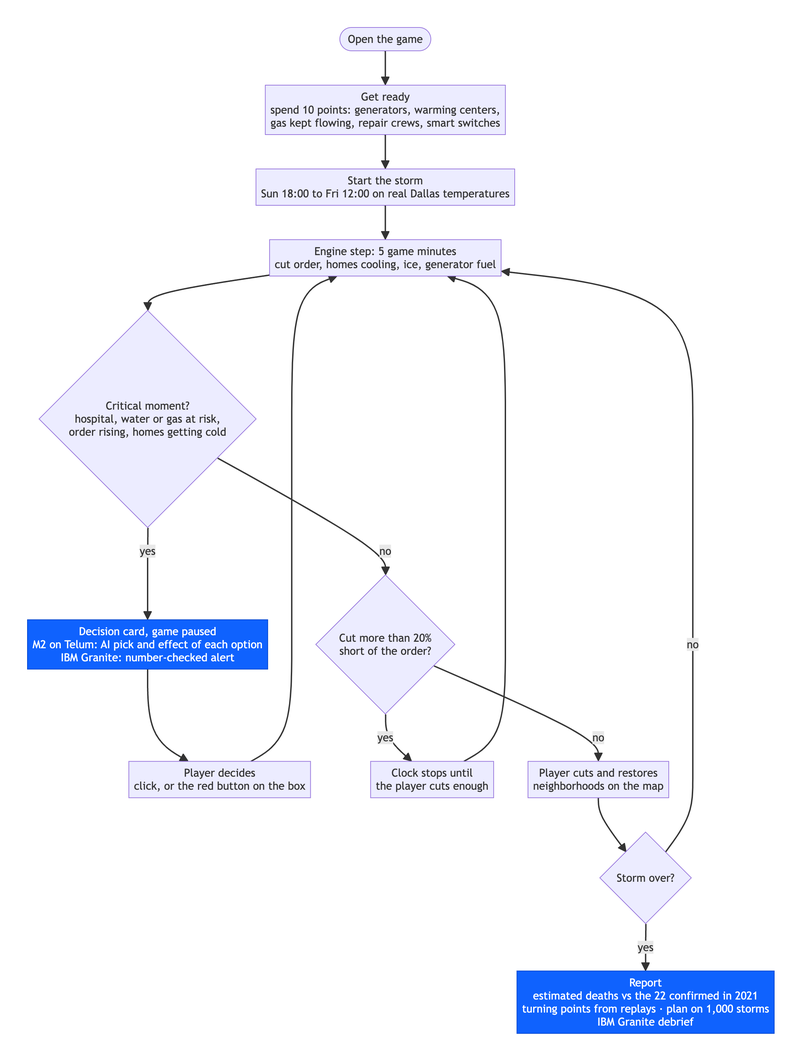
Before: docs/diagrams/solution-flow.png, a diagram exported from Mermaid (adamFabsa/Control-Room-IBM-Z). Its source is kept beside it as docs/diagrams/solution-flow.mmd. Source of this version:
```mermaid
flowchart TD
  A(["Open the game"]) --> B["Get ready<br/>spend 10 points: generators, warming centers,<br/>gas kept flowing, repair crews, smart switches"]
  B --> C["Start the storm<br/>Sun 18:00 to Fri 12:00 on real Dallas temperatures"]
  C --> D["Engine step: 5 game minutes<br/>cut order, homes cooling, ice, generator fuel"]
  D --> E{"Critical moment?<br/>hospital, water or gas at risk,<br/>order rising, homes getting cold"}
  E -->|yes| F["Decision card, game paused<br/>M2 on Telum: AI pick and effect of each option<br/>IBM Granite: number-checked alert"]
  F --> G["Player decides<br/>click, or the red button on the box"]
  G --> D
  E -->|no| H{"Cut more than 20%<br/>short of the order?"}
  H -->|yes| I["Clock stops until<br/>the player cuts enough"]
  I --> D
  H -->|no| J["Player cuts and restores<br/>neighborhoods on the map"]
  J --> K{"Storm over?"}
  K -->|no| D
  K -->|yes| L["Report<br/>estimated deaths vs the 22 confirmed in 2021<br/>turning points from replays · plan on 1,000 storms<br/>IBM Granite debrief"]

  classDef ai fill:#0f62fe,stroke:#0043ce,color:#ffffff
  class F,L ai
```
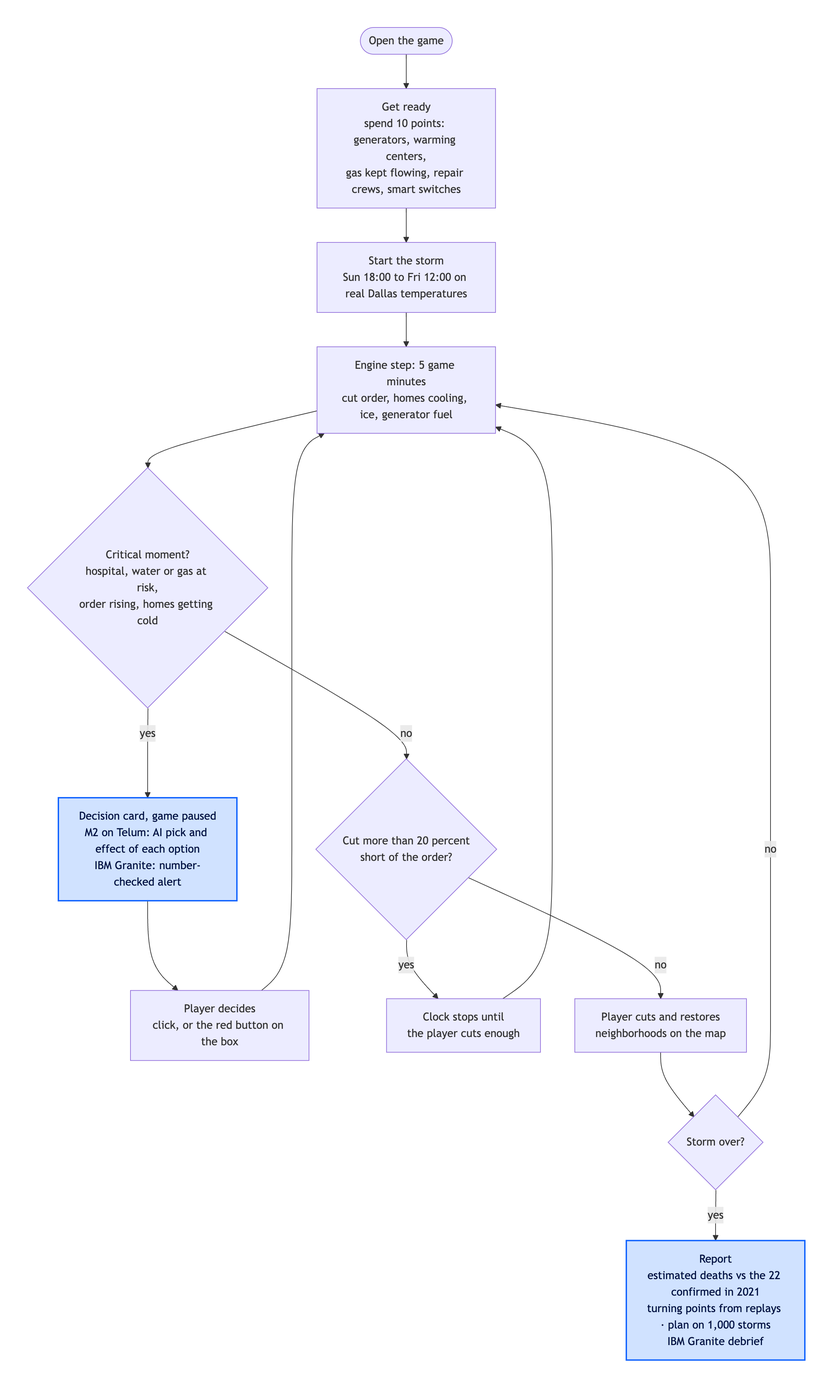
Above is the later version.

Commit message:
Diagrams: readable highlights in both Mermaid looks, the clean look by default

What changed in the source:
```diff
@@ -1,3 +1,8 @@
+---
+config:
+  look: classic
+  theme: default
+---
 flowchart TD
   A(["Open the game"]) --> B["Get ready<br/>spend 10 points: generators, warming centers,<br/>gas kept flowing, repair crews, smart switches"]
   B --> C["Start the storm<br/>Sun 18:00 to Fri 12:00 on real Dallas temperatures"]
@@ -6,7 +11,7 @@
   E -->|yes| F["Decision card, game paused<br/>M2 on Telum: AI pick and effect of each option<br/>IBM Granite: number-checked alert"]
   F --> G["Player decides<br/>click, or the red button on the box"]
   G --> D
-  E -->|no| H{"Cut more than 20%<br/>short of the order?"}
+  E -->|no| H{"Cut more than 20 percent<br/>short of the order?"}
   H -->|yes| I["Clock stops until<br/>the player cuts enough"]
   I --> D
   H -->|no| J["Player cuts and restores<br/>neighborhoods on the map"]
@@ -14,5 +19,5 @@
   K -->|no| D
   K -->|yes| L["Report<br/>estimated deaths vs the 22 confirmed in 2021<br/>turning points from replays · plan on 1,000 storms<br/>IBM Granite debrief"]
 
-  classDef ai fill:#0f62fe,stroke:#0043ce,color:#ffffff
+  classDef ai fill:#d0e2ff,stroke:#0f62fe,stroke-width:2px,color:#001141
   class F,L ai
```
